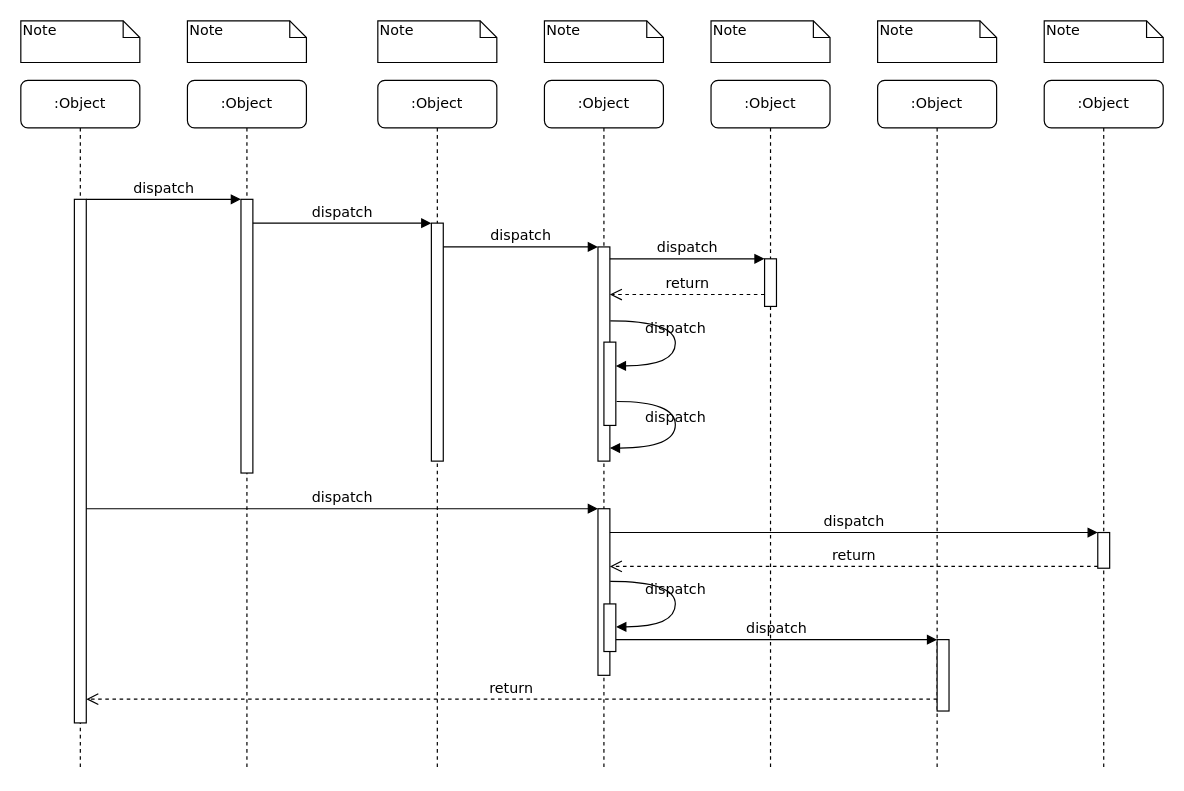
This is draws/未命名绘图.drawio from yaoweihua/draw-io, a draw.io file, before an edit. Source tidied: cells renumbered, new cells numbered last; positions are measured from the earlier drawing's top-left corner, leaving out a move shared by most shapes. Both pictures are drawn from the tidied source at 119%, with x=0, y=0 at pixel (20, 20).
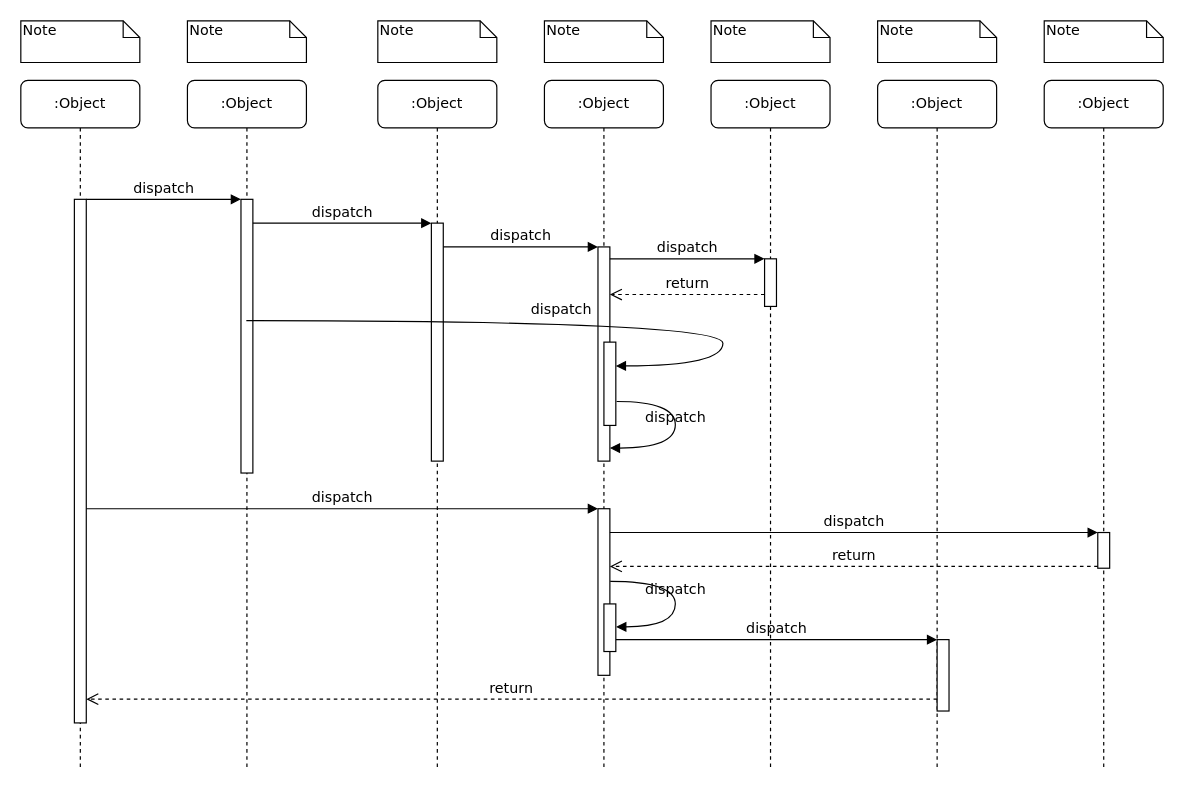
Above is the later version.

The change refers to these unchanged cells:
```xml
<mxCell id="2" value=":Object" style="shape=umlLifeline;perimeter=lifelinePerimeter;whiteSpace=wrap;html=1;outlineConnect=0;rounded=1;shadow=0;comic=0;labelBackgroundColor=none;strokeWidth=1;fontFamily=Verdana;fontSize=12;align=center;" parent="1" vertex="1">
  <mxGeometry x="140" y="50" width="100" height="580" as="geometry" />
</mxCell>
<mxCell id="12" style="html=1;points=[];perimeter=orthogonalPerimeter;rounded=0;shadow=0;comic=0;labelBackgroundColor=none;strokeWidth=1;fontFamily=Verdana;fontSize=12;align=center;" parent="1" vertex="1">
  <mxGeometry x="485" y="190" width="10" height="180" as="geometry" />
</mxCell>
<mxCell id="27" style="html=1;points=[];perimeter=orthogonalPerimeter;rounded=0;shadow=0;comic=0;labelBackgroundColor=none;strokeWidth=1;fontFamily=Verdana;fontSize=12;align=center;" parent="1" vertex="1">
  <mxGeometry x="490" y="270" width="10" height="70" as="geometry" />
</mxCell>
```

Diff of the diagram source:
```diff
@@
-    <mxCell id="28" value="dispatch" style="html=1;verticalAlign=bottom;endArrow=block;labelBackgroundColor=none;fontFamily=Verdana;fontSize=12;elbow=vertical;edgeStyle=orthogonalEdgeStyle;curved=1;entryX=1;entryY=0.286;entryPerimeter=0;exitX=1.038;exitY=0.345;exitPerimeter=0;" parent="1" edge="1" source="12" target="27">
+    <mxCell id="28" value="dispatch" style="html=1;verticalAlign=bottom;endArrow=block;labelBackgroundColor=none;fontFamily=Verdana;fontSize=12;elbow=vertical;edgeStyle=orthogonalEdgeStyle;curved=1;entryX=1;entryY=0.286;entryPerimeter=0;" parent="1" edge="1" source="2" target="27">
       <mxGeometry relative="1" as="geometry">
         <Array as="points">
-          <mxPoint x="550" y="252" />
-          <mxPoint x="550" y="290" />
+          <mxPoint x="590" y="252" />
+          <mxPoint x="590" y="290" />
         </Array>
       </mxGeometry>
     </mxCell>
```
